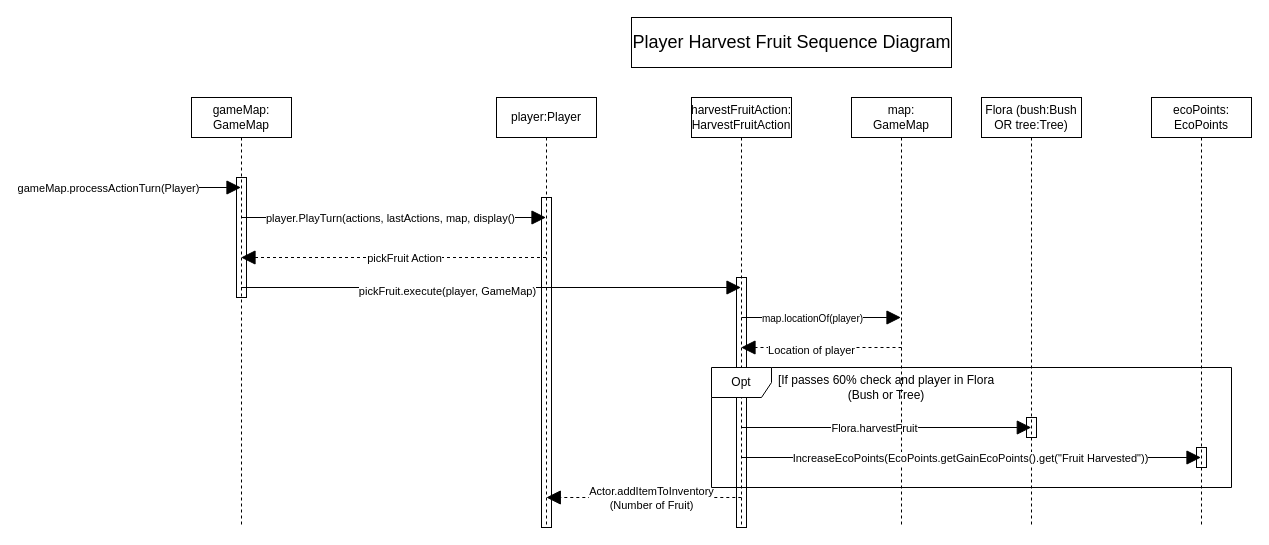
Dax246/FIT2099 keeps this draw.io diagram as Assignment 3 diagrams/Sequence/Player Harvest Fruit Sequence Diagram.drawio. Above is the earlier version. Source tidied: cells renumbered, new cells numbered last; positions are measured from the earlier drawing's top-left corner, leaving out a move shared by most shapes. Both pictures are drawn from the tidied source at 100%, with x=0, y=0 at pixel (41, 17).
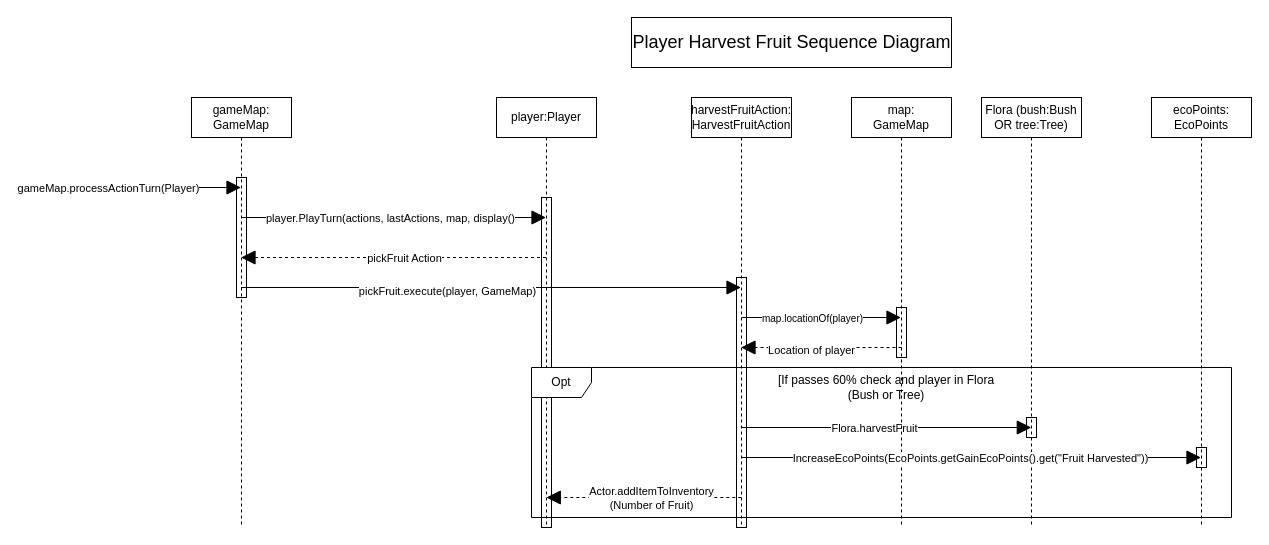
The same page after the edit.

Commit message (it also covers changes not shown here):
Adjusted sequence Diagrams to better match design

The change refers to these unchanged cells:
```xml
<mxCell id="23" value="map:&lt;br&gt;GameMap" style="shape=umlLifeline;perimeter=lifelinePerimeter;whiteSpace=wrap;html=1;outlineConnect=0;" parent="1" vertex="1">
  <mxGeometry x="810" y="80" width="100" height="430" as="geometry" />
</mxCell>
```

Diff of the diagram source:
```diff
@@
+    <mxCell id="34" style="html=1;perimeter=orthogonalPerimeter;fillColor=none;" parent="23" vertex="1">
+      <mxGeometry x="45" y="210" width="10" height="50" as="geometry" />
+    </mxCell>
     <mxCell id="26" value="Opt" style="shape=umlFrame;whiteSpace=wrap;html=1;" parent="1" vertex="1">
-      <mxGeometry x="670" y="350" width="520" height="120" as="geometry" />
+      <mxGeometry x="490" y="350" width="700" height="150" as="geometry" />
     </mxCell>
```
